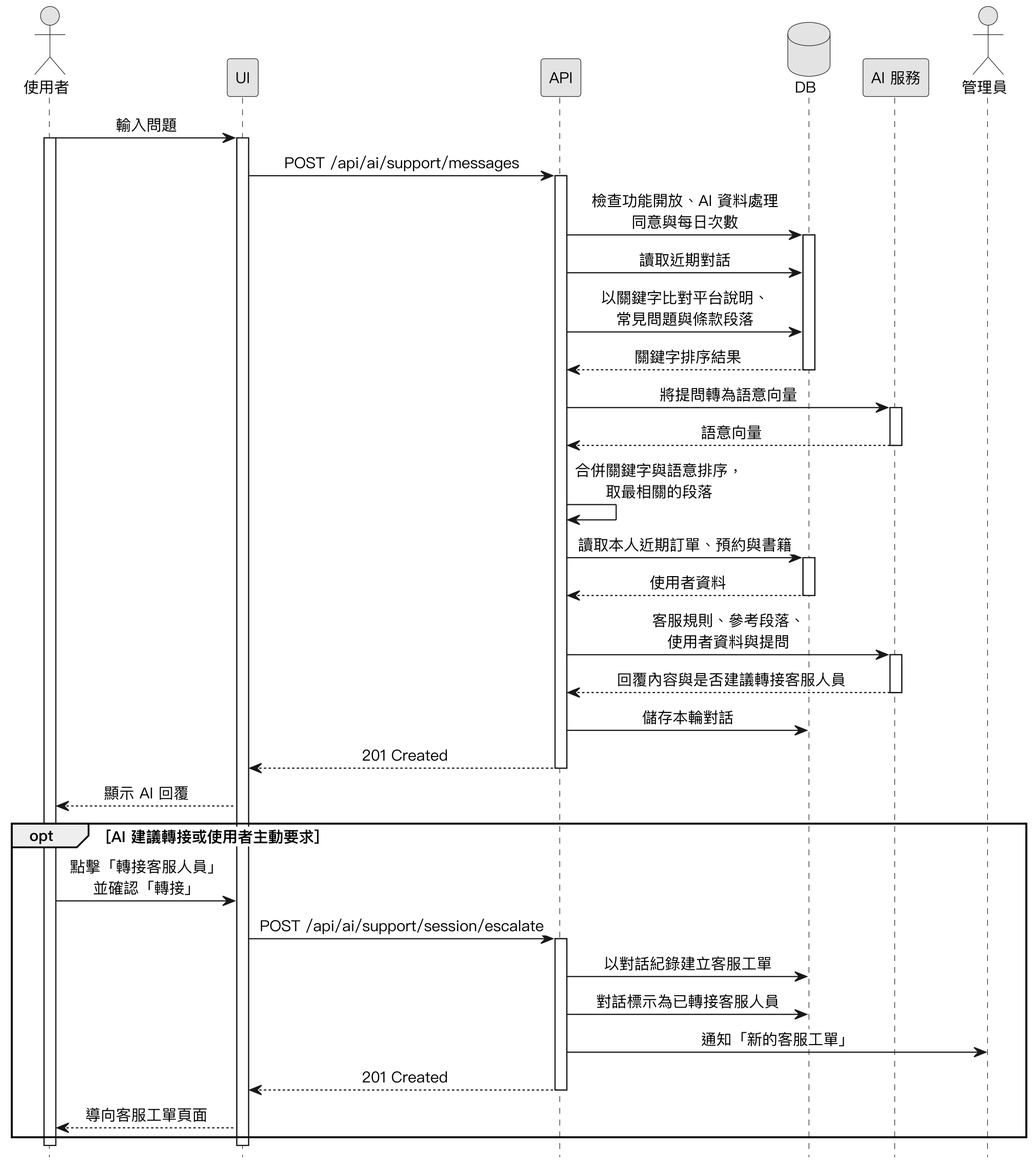
The PlantUML diagram Diagrams/Sequence Diagrams/v3/seq_ai_support.png in SaveMyBook/SaveMyBook, before a commit.
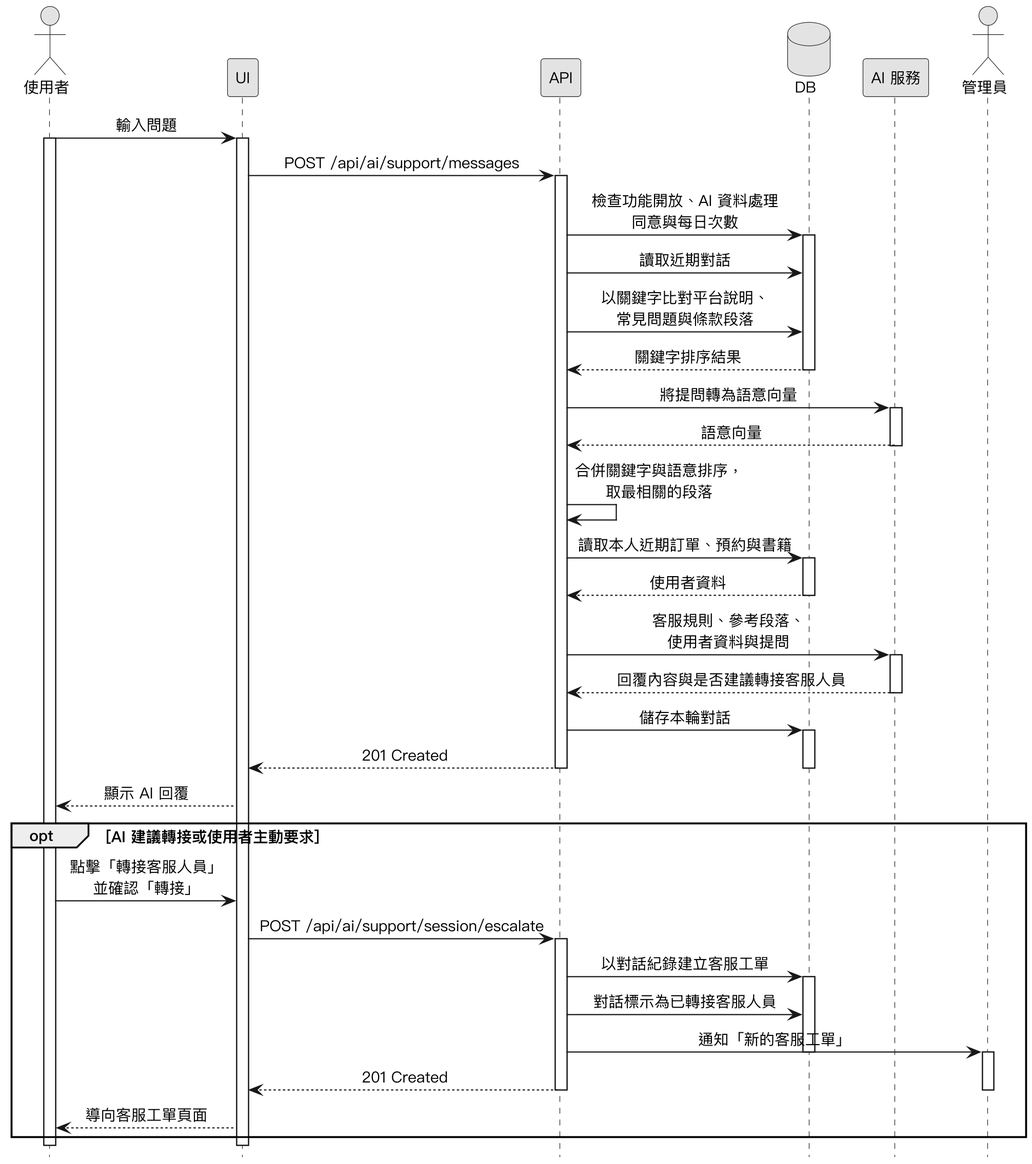
The same file after the commit.

What changed in the source:
```diff
@@ -40,7 +40,9 @@
 AI --> API : 回覆內容與是否建議轉接客服人員
 deactivate AI
 API -> DB : 儲存本輪對話
+activate DB
 API --> UI : 201 Created
+deactivate DB
 deactivate API
 UI --> 使用者 : 顯示 AI 回覆
 
@@ -49,9 +51,13 @@
   UI -> API : POST /api/ai/support/session/escalate
   activate API
   API -> DB : 以對話紀錄建立客服工單
+  activate DB
   API -> DB : 對話標示為已轉接客服人員
   API -> 管理員 : 通知「新的客服工單」
+  deactivate DB
+  activate 管理員
   API --> UI : 201 Created
+  deactivate 管理員
   deactivate API
   UI --> 使用者 : 導向客服工單頁面
 end
```
